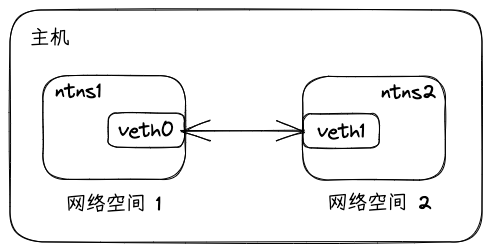
Earlier version of the Excalidraw export static/excalidraw/docker/linux_veth_pair.excalidraw.png (iDukeLu/iDukeLu.github.io). Source tidied: one line per element, renumbered; positions are measured from the earlier drawing's top-left corner, leaving out a move shared by most shapes. Source of this version:
```json
{"id": 0, "type": "rectangle", "strokeColor": "#000000", "strokeWidth": 1, "roughness": 1, "round": true, "x": 0, "y": 0, "width": 472, "height": 232}
{"id": 1, "type": "rectangle", "strokeColor": "#000000", "strokeWidth": 1, "roughness": 1, "round": true, "x": 33, "y": 66, "width": 143, "height": 104}
{"id": 2, "type": "rectangle", "strokeColor": "#000000", "strokeWidth": 1, "roughness": 1, "round": true, "x": 98, "y": 103, "width": 76, "height": 34}
{"id": 3, "type": "text", "text": "veth0", "strokeColor": "#000000", "strokeWidth": 1, "roughness": 1, "fontSize": 20, "fontFamily": 1, "textAlign": "center", "verticalAlign": "middle", "inside": 2, "x": 108, "y": 108, "width": 56, "height": 24}
{"id": 4, "type": "text", "text": "ntns1", "strokeColor": "#000000", "strokeWidth": 1, "roughness": 1, "fontSize": 20, "fontFamily": 1, "x": 45, "y": 69, "width": 46, "height": 24}
{"id": 5, "type": "text", "text": "网络空间 1", "strokeColor": "#000000", "strokeWidth": 1, "roughness": 1, "fontSize": 20, "fontFamily": 1, "x": 56, "y": 182, "width": 95, "height": 24}
{"id": 6, "type": "rectangle", "strokeColor": "#000000", "strokeWidth": 1, "roughness": 1, "round": true, "x": 293, "y": 66, "width": 143, "height": 104}
{"id": 7, "type": "rectangle", "strokeColor": "#000000", "strokeWidth": 1, "roughness": 1, "round": true, "x": 293, "y": 104, "width": 76, "height": 34}
{"id": 8, "type": "text", "text": "veth1", "strokeColor": "#000000", "strokeWidth": 1, "roughness": 1, "fontSize": 20, "fontFamily": 1, "textAlign": "center", "verticalAlign": "middle", "inside": 7, "x": 307, "y": 109, "width": 48, "height": 24}
{"id": 9, "type": "text", "text": "ntns2", "strokeColor": "#000000", "strokeWidth": 1, "roughness": 1, "fontSize": 20, "fontFamily": 1, "x": 371, "y": 70, "width": 55, "height": 24}
{"id": 10, "type": "text", "text": "网络空间 2", "strokeColor": "#000000", "strokeWidth": 1, "roughness": 1, "fontSize": 20, "fontFamily": 1, "x": 318, "y": 181, "width": 104, "height": 24}
{"id": 11, "type": "arrow", "strokeColor": "#000000", "strokeWidth": 1, "roughness": 1, "startArrowhead": "arrow", "endArrowhead": "arrow", "round": true, "x": 172, "y": 121, "width": 123, "height": 0, "points": [[0, 0], [123, 0]]}
{"id": 12, "type": "text", "text": "主机", "strokeColor": "#000000", "strokeWidth": 1, "roughness": 1, "fontSize": 20, "fontFamily": 1, "x": 20, "y": 16, "width": 40, "height": 24}
```
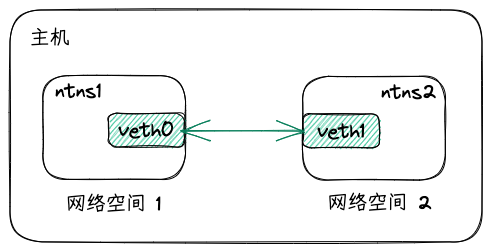
After the commit.

Diff of the diagram source:
```diff
@@ -1,13 +1,13 @@
 {"id": 0, "type": "rectangle", "strokeColor": "#000000", "strokeWidth": 1, "roughness": 1, "round": true, "x": 0, "y": 0, "width": 472, "height": 232}
 {"id": 1, "type": "rectangle", "strokeColor": "#000000", "strokeWidth": 1, "roughness": 1, "round": true, "x": 33, "y": 66, "width": 143, "height": 104}
-{"id": 2, "type": "rectangle", "strokeColor": "#000000", "strokeWidth": 1, "roughness": 1, "round": true, "x": 98, "y": 103, "width": 76, "height": 34}
+{"id": 2, "type": "rectangle", "strokeColor": "#000000", "backgroundColor": "#12b886", "fillStyle": "hachure", "strokeWidth": 1, "roughness": 1, "round": true, "x": 98, "y": 103, "width": 76, "height": 34}
 {"id": 3, "type": "text", "text": "veth0", "strokeColor": "#000000", "strokeWidth": 1, "roughness": 1, "fontSize": 20, "fontFamily": 1, "textAlign": "center", "verticalAlign": "middle", "inside": 2, "x": 108, "y": 108, "width": 56, "height": 24}
 {"id": 4, "type": "text", "text": "ntns1", "strokeColor": "#000000", "strokeWidth": 1, "roughness": 1, "fontSize": 20, "fontFamily": 1, "x": 45, "y": 69, "width": 46, "height": 24}
 {"id": 5, "type": "text", "text": "网络空间 1", "strokeColor": "#000000", "strokeWidth": 1, "roughness": 1, "fontSize": 20, "fontFamily": 1, "x": 56, "y": 182, "width": 95, "height": 24}
 {"id": 6, "type": "rectangle", "strokeColor": "#000000", "strokeWidth": 1, "roughness": 1, "round": true, "x": 293, "y": 66, "width": 143, "height": 104}
-{"id": 7, "type": "rectangle", "strokeColor": "#000000", "strokeWidth": 1, "roughness": 1, "round": true, "x": 293, "y": 104, "width": 76, "height": 34}
+{"id": 7, "type": "rectangle", "strokeColor": "#000000", "backgroundColor": "#12b886", "fillStyle": "hachure", "strokeWidth": 1, "roughness": 1, "round": true, "x": 293, "y": 104, "width": 76, "height": 34}
 {"id": 8, "type": "text", "text": "veth1", "strokeColor": "#000000", "strokeWidth": 1, "roughness": 1, "fontSize": 20, "fontFamily": 1, "textAlign": "center", "verticalAlign": "middle", "inside": 7, "x": 307, "y": 109, "width": 48, "height": 24}
 {"id": 9, "type": "text", "text": "ntns2", "strokeColor": "#000000", "strokeWidth": 1, "roughness": 1, "fontSize": 20, "fontFamily": 1, "x": 371, "y": 70, "width": 55, "height": 24}
 {"id": 10, "type": "text", "text": "网络空间 2", "strokeColor": "#000000", "strokeWidth": 1, "roughness": 1, "fontSize": 20, "fontFamily": 1, "x": 318, "y": 181, "width": 104, "height": 24}
-{"id": 11, "type": "arrow", "strokeColor": "#000000", "strokeWidth": 1, "roughness": 1, "startArrowhead": "arrow", "endArrowhead": "arrow", "round": true, "x": 172, "y": 121, "width": 123, "height": 0, "points": [[0, 0], [123, 0]]}
+{"id": 11, "type": "arrow", "strokeColor": "#087f5b", "strokeWidth": 1, "roughness": 1, "startArrowhead": "arrow", "endArrowhead": "arrow", "round": true, "x": 172, "y": 121, "width": 123, "height": 0, "points": [[0, 0], [123, 0]]}
 {"id": 12, "type": "text", "text": "主机", "strokeColor": "#000000", "strokeWidth": 1, "roughness": 1, "fontSize": 20, "fontFamily": 1, "x": 20, "y": 16, "width": 40, "height": 24}
```
